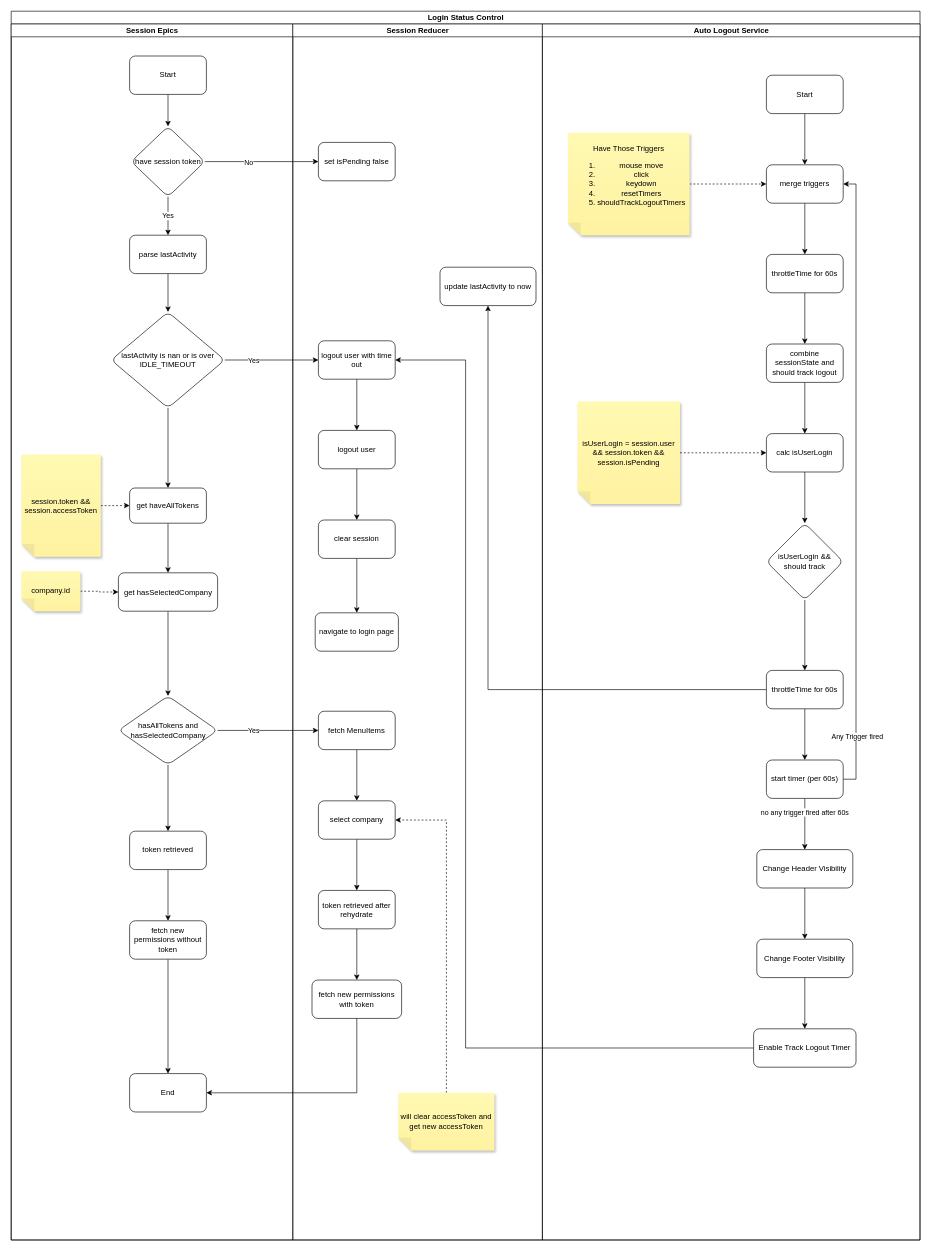
Earlier version of the draw.io diagram Portal Login Status Control.drawio (SmileSB1O1/draw-active). Source tidied: cells renumbered, new cells numbered last; positions are measured from the earlier drawing's top-left corner, leaving out a move shared by most shapes. Both pictures are drawn from the tidied source at 64%, with x=0, y=0 at pixel (11, 11).
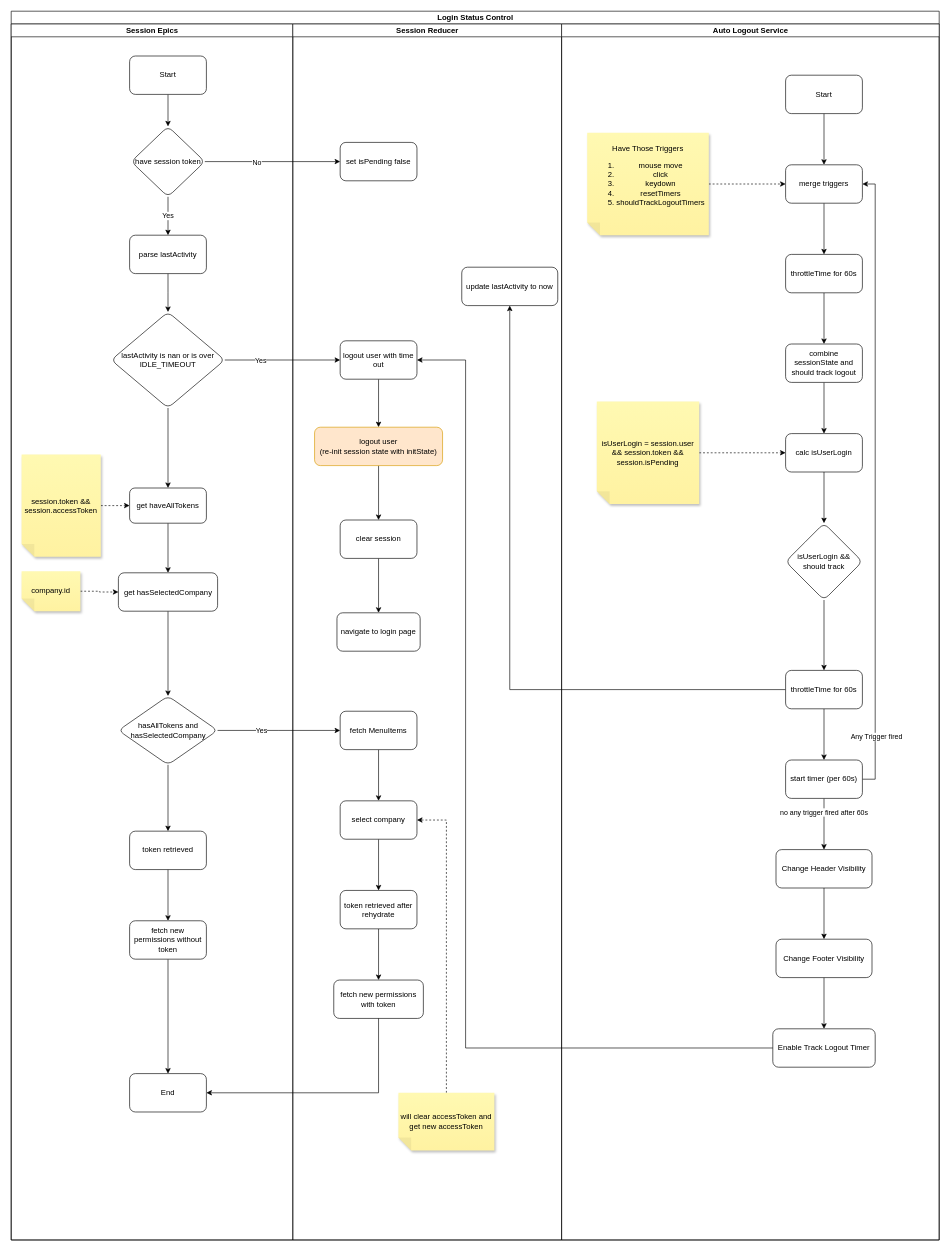
The same page after the edit.

The edit, as a diff of the source:
```diff
@@
     <mxCell id="2" value="Login Status Control" style="swimlane;startSize=20;html=1;" parent="1" vertex="1">
-      <mxGeometry width="1420" height="1920" as="geometry" />
+      <mxGeometry width="1450" height="1920" as="geometry" />
     </mxCell>
@@
     <mxCell id="27" value="Session Reducer" style="swimlane;startSize=20;html=1;" parent="2" vertex="1">
-      <mxGeometry x="440" y="20" width="390" height="1900" as="geometry" />
+      <mxGeometry x="440" y="20" width="420" height="1900" as="geometry" />
     </mxCell>
     <mxCell id="28" value="set isPending false" style="whiteSpace=wrap;html=1;rounded=1;" parent="27" vertex="1">
-      <mxGeometry x="40" y="185" width="120" height="60" as="geometry" />
+      <mxGeometry x="74" y="185" width="120" height="60" as="geometry" />
     </mxCell>
-    <mxCell id="29" style="edgeStyle=orthogonalEdgeStyle;rounded=0;jettySize=auto;html=1;" parent="27" edge="1" source="30" target="32">
+    <mxCell id="29" style="edgeStyle=orthogonalEdgeStyle;rounded=0;jettySize=auto;html=1;entryX=0.5;entryY=0;entryDx=0;entryDy=0;" parent="27" edge="1" source="30" target="32">
       <mxGeometry relative="1" as="geometry" />
     </mxCell>
     <mxCell id="30" value="logout user with time out" style="whiteSpace=wrap;html=1;rounded=1;" parent="27" vertex="1">
-      <mxGeometry x="40" y="495" width="120" height="60" as="geometry" />
+      <mxGeometry x="74" y="495" width="120" height="60" as="geometry" />
     </mxCell>
-    <mxCell id="31" style="edgeStyle=orthogonalEdgeStyle;rounded=0;jettySize=auto;html=1;" parent="27" edge="1" source="32" target="34">
+    <mxCell id="31" style="edgeStyle=orthogonalEdgeStyle;rounded=0;jettySize=auto;html=1;exitX=0.5;exitY=1;exitDx=0;exitDy=0;" parent="27" edge="1" source="32" target="34">
       <mxGeometry relative="1" as="geometry" />
     </mxCell>
-    <mxCell id="32" value="logout user" style="whiteSpace=wrap;html=1;rounded=1;" parent="27" vertex="1">
-      <mxGeometry x="40" y="635" width="120" height="60" as="geometry" />
+    <mxCell id="32" value="logout user&lt;br&gt;(re-init session state with initState)" style="whiteSpace=wrap;html=1;rounded=1;fillColor=#ffe6cc;strokeColor=#d79b00;" parent="27" vertex="1">
+      <mxGeometry x="34" y="630" width="200" height="60" as="geometry" />
     </mxCell>
@@
     <mxCell id="34" value="clear session" style="whiteSpace=wrap;html=1;rounded=1;" parent="27" vertex="1">
-      <mxGeometry x="40" y="775" width="120" height="60" as="geometry" />
+      <mxGeometry x="74" y="775" width="120" height="60" as="geometry" />
     </mxCell>
     <mxCell id="35" value="navigate to login page" style="whiteSpace=wrap;html=1;rounded=1;" parent="27" vertex="1">
-      <mxGeometry x="35" y="920" width="130" height="60" as="geometry" />
+      <mxGeometry x="69" y="920" width="130" height="60" as="geometry" />
     </mxCell>
@@
     <mxCell id="37" value="fetch MenuItems" style="whiteSpace=wrap;html=1;rounded=1;" parent="27" vertex="1">
-      <mxGeometry x="40" y="1073.8" width="120" height="60" as="geometry" />
+      <mxGeometry x="74" y="1073.8" width="120" height="60" as="geometry" />
     </mxCell>
@@
     <mxCell id="39" value="select company" style="whiteSpace=wrap;html=1;rounded=1;" parent="27" vertex="1">
-      <mxGeometry x="40" y="1213.8" width="120" height="60" as="geometry" />
+      <mxGeometry x="74" y="1213.8" width="120" height="60" as="geometry" />
     </mxCell>
@@
     <mxCell id="41" value="token retrieved after rehydrate" style="whiteSpace=wrap;html=1;rounded=1;" parent="27" vertex="1">
-      <mxGeometry x="40" y="1353.8" width="120" height="60" as="geometry" />
+      <mxGeometry x="74" y="1353.8" width="120" height="60" as="geometry" />
     </mxCell>
@@
     <mxCell id="44" value="fetch new permissions with token" style="whiteSpace=wrap;html=1;rounded=1;" parent="27" vertex="1">
-      <mxGeometry x="30" y="1493.8" width="140" height="60" as="geometry" />
+      <mxGeometry x="64" y="1493.8" width="140" height="60" as="geometry" />
     </mxCell>
     <mxCell id="45" value="update lastActivity to now" style="rounded=1;whiteSpace=wrap;html=1;" parent="27" vertex="1">
-      <mxGeometry x="230" y="380" width="150" height="60" as="geometry" />
+      <mxGeometry x="264" y="380" width="150" height="60" as="geometry" />
     </mxCell>
@@
     <mxCell id="54" value="Auto Logout Service" style="swimlane;startSize=20;html=1;" parent="2" vertex="1">
-      <mxGeometry x="830" y="20" width="590" height="1900" as="geometry" />
+      <mxGeometry x="860" y="20" width="590" height="1900" as="geometry" />
     </mxCell>
```
